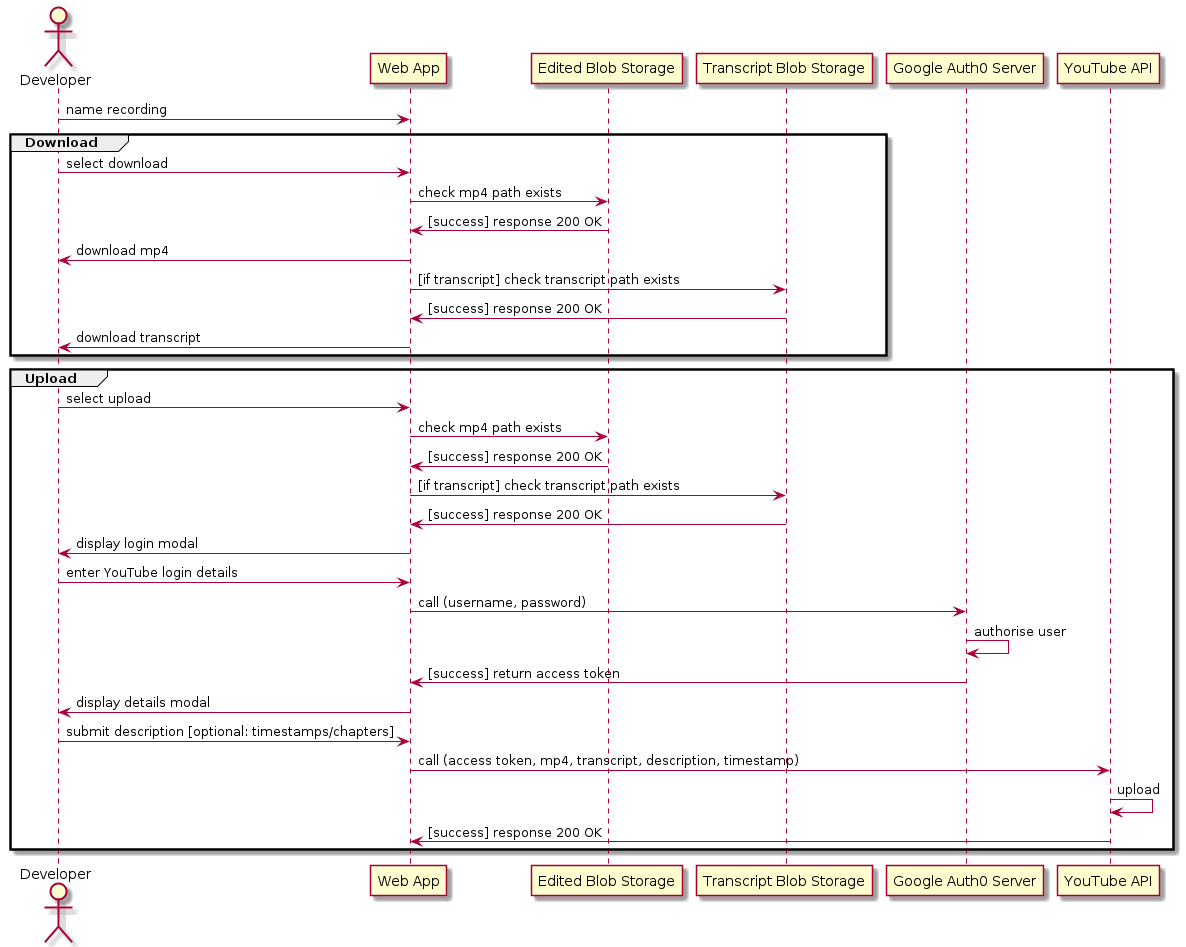
jennifer-platt/ECM2429-UML keeps this PlantUML diagram as out/examples/download/download.png. Above is the earlier version. Source of this version:
```plantuml
@startuml download

Actor Developer

Developer -> "Web App": name recording

group Download
Developer -> "Web App": select download
"Web App" -> "Edited Blob Storage": check mp4 path exists
"Web App" <- "Edited Blob Storage": [success] response 200 OK
Developer <- "Web App": download mp4
"Web App" -> "Transcript Blob Storage": [if transcript] check transcript path exists
"Web App" <- "Transcript Blob Storage": [success] response 200 OK
Developer <- "Web App": download transcript
end

group Upload
Developer -> "Web App": select upload
"Web App" -> "Edited Blob Storage": check mp4 path exists
"Web App" <- "Edited Blob Storage": [success] response 200 OK
"Web App" -> "Transcript Blob Storage": [if transcript] check transcript path exists
"Web App" <- "Transcript Blob Storage": [success] response 200 OK
Developer <- "Web App": display login modal
Developer -> "Web App": enter YouTube login details
"Web App" -> "Google Auth0 Server": call (username, password)
"Google Auth0 Server" <- "Google Auth0 Server": authorise user
"Web App" <- "Google Auth0 Server": [success] return access token
Developer <- "Web App": display details modal
Developer -> "Web App": submit description [optional: timestamps/chapters]
"Web App" -> "YouTube API": call (access token, mp4, transcript, description, timestamp)
"YouTube API" <- "YouTube API": upload
"Web App" <- "YouTube API": [success] response 200 OK
end

@enduml
```
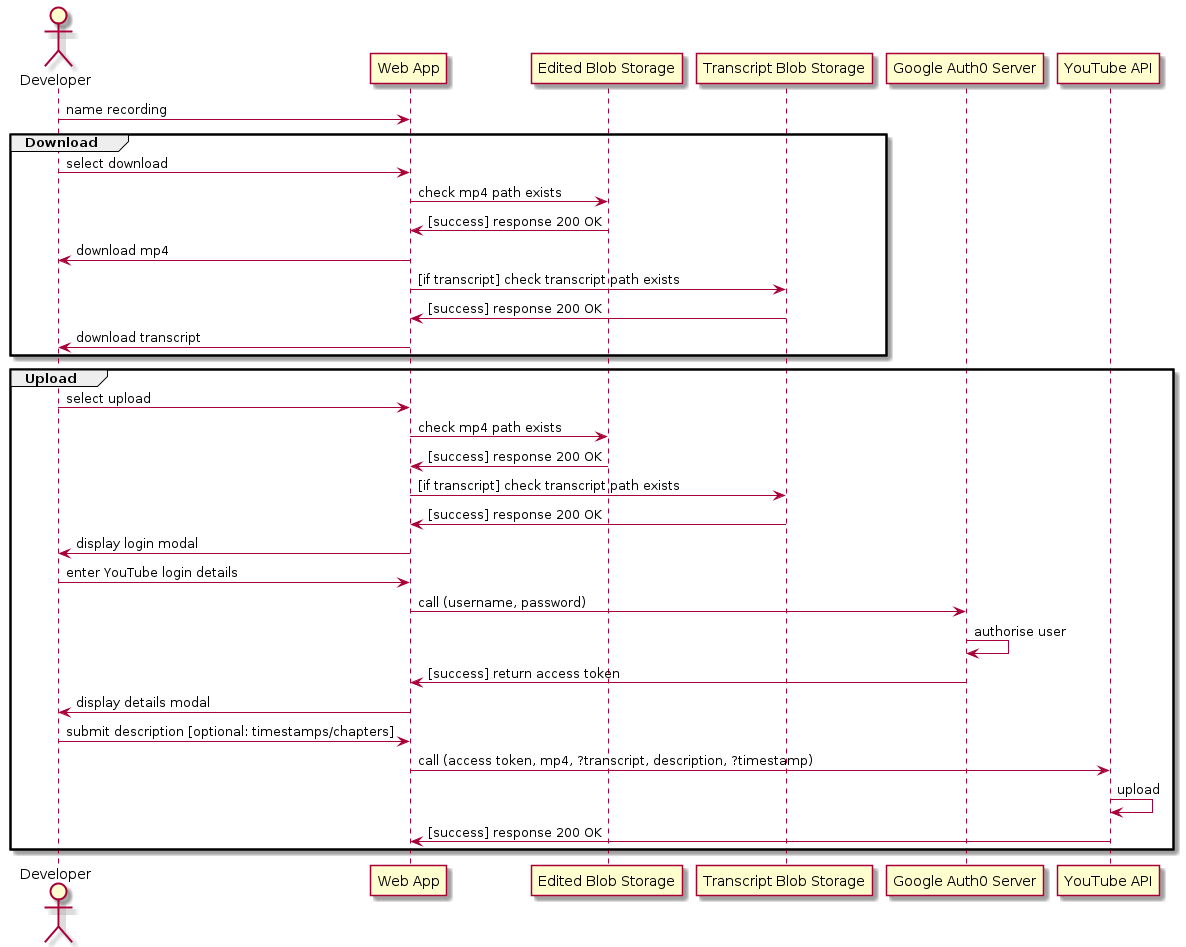
After the commit.

Commit message:
Feedback and updating download

What changed in the source:
```diff
@@ -27,7 +27,7 @@
 "Web App" <- "Google Auth0 Server": [success] return access token
 Developer <- "Web App": display details modal
 Developer -> "Web App": submit description [optional: timestamps/chapters]
-"Web App" -> "YouTube API": call (access token, mp4, transcript, description, timestamp)
+"Web App" -> "YouTube API": call (access token, mp4, ?transcript, description, ?timestamp)
 "YouTube API" <- "YouTube API": upload
 "Web App" <- "YouTube API": [success] response 200 OK
 end
```
